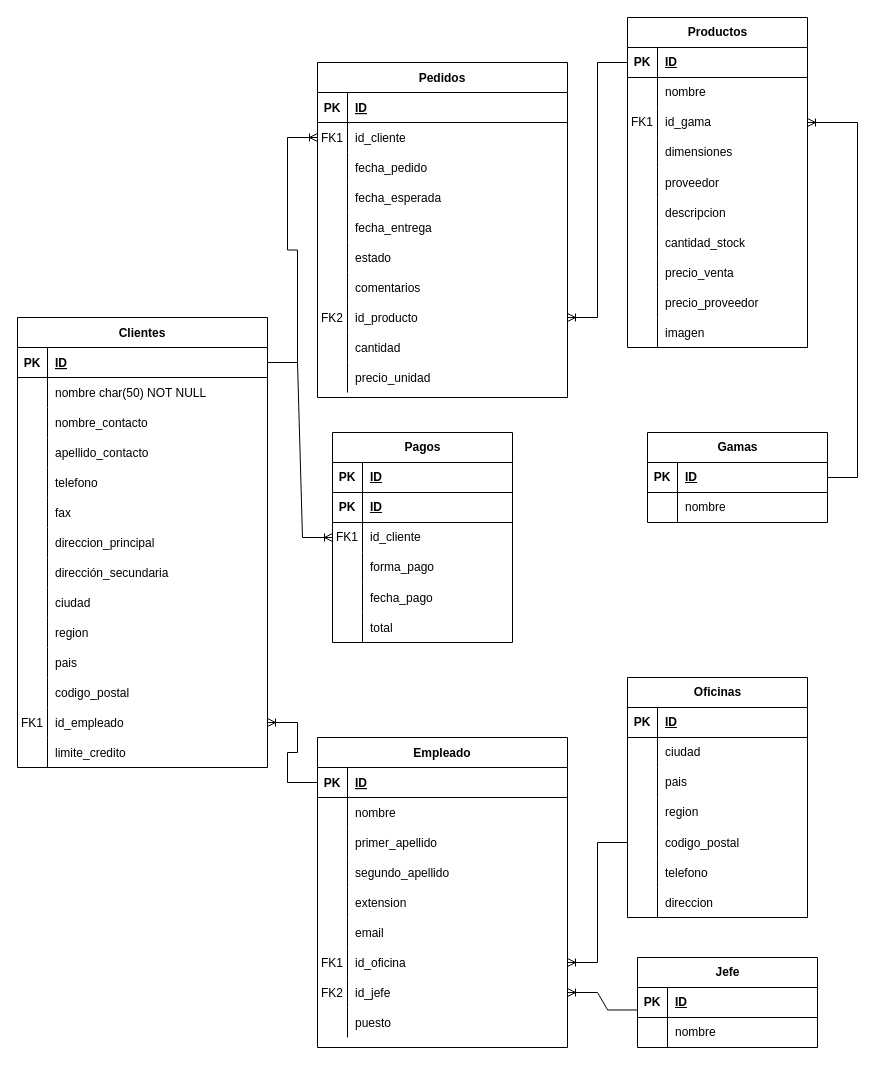
Before: workshop-base-datos.drawio in WhitneySt/workshop-jardineria-makaia, a draw.io diagram. Source tidied: cells renumbered, new cells numbered last; positions are measured from the earlier drawing's top-left corner, leaving out a move shared by most shapes. Both pictures are drawn from the tidied source at 100%, with x=0, y=0 at pixel (17, 17).
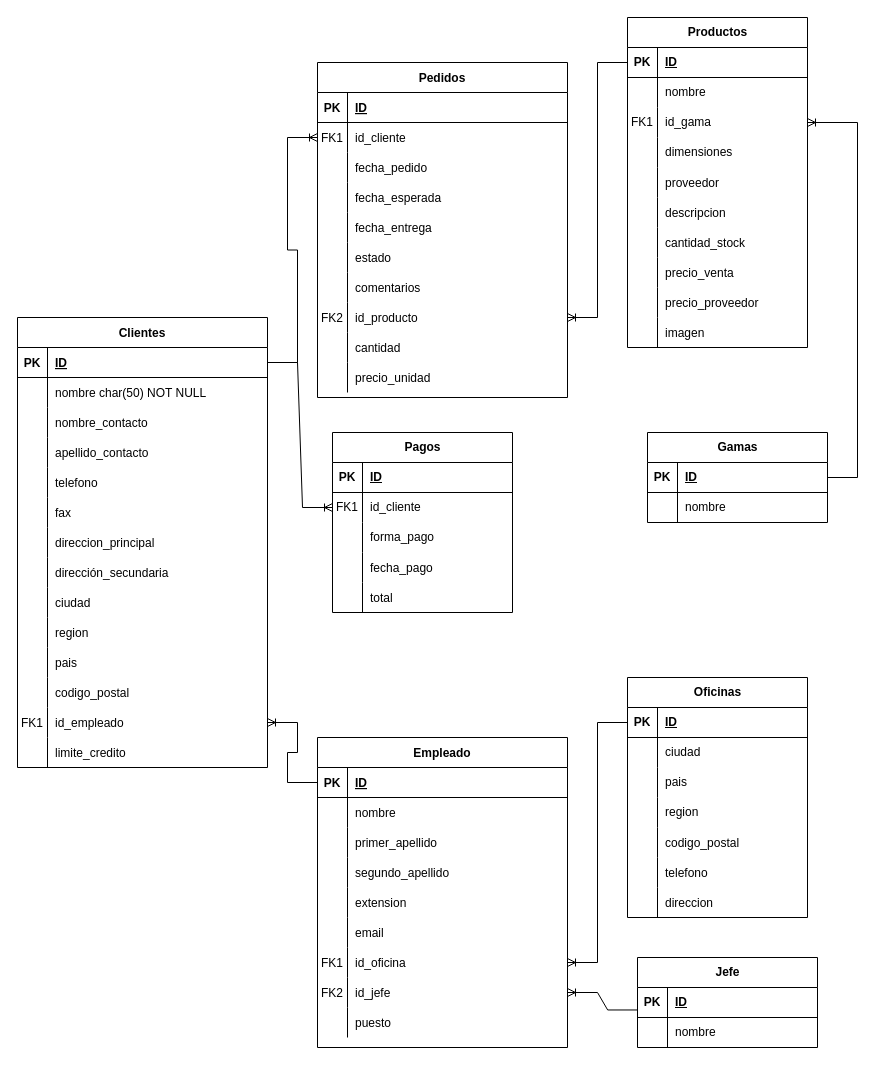
The same page after the edit.

Unchanged cells that the change refers to:
```xml
<mxCell id="52" style="shape=tableRow;horizontal=0;startSize=0;swimlaneHead=0;swimlaneBody=0;fillColor=none;points=[[0,0.5],[1,0.5]];portConstraint=eastwest;top=0;left=0;right=0;bottom=0;" parent="33" vertex="1">
  <mxGeometry y="210" width="250" height="30" as="geometry" />
</mxCell>
<mxCell id="105" style="shape=tableRow;horizontal=0;startSize=0;swimlaneHead=0;swimlaneBody=0;fillColor=none;points=[[0,0.5],[1,0.5]];portConstraint=eastwest;top=0;left=0;right=0;bottom=1;" parent="104" vertex="1">
  <mxGeometry y="30" width="180" height="30" as="geometry" />
</mxCell>
<mxCell id="117" style="shape=tableRow;horizontal=0;startSize=0;swimlaneHead=0;swimlaneBody=0;fillColor=none;points=[[0,0.5],[1,0.5]];portConstraint=eastwest;top=0;left=0;right=0;bottom=0;" parent="104" vertex="1">
  <mxGeometry y="150" width="180" height="30" as="geometry" />
</mxCell>
```

What changed in the source:
```diff
@@
     <mxCell id="171" value="Pagos" style="shape=table;startSize=30;childLayout=tableLayout;rowLines=0;fontStyle=1;align=center;html=1;" parent="1" vertex="1">
-      <mxGeometry x="315" y="415" width="180" height="210" as="geometry" />
+      <mxGeometry x="315" y="415" width="180" height="180" as="geometry" />
     </mxCell>
@@
-    <mxCell id="175" style="shape=tableRow;horizontal=0;startSize=0;swimlaneHead=0;swimlaneBody=0;fillColor=none;top=0;left=0;right=0;bottom=1;" parent="171" vertex="1">
-      <mxGeometry y="60" width="180" height="30" as="geometry" />
-    </mxCell>
-    <mxCell id="176" value="PK" style="shape=partialRectangle;fillColor=none;top=0;left=0;bottom=0;right=0;fontStyle=1;overflow=hidden;whiteSpace=wrap;html=1;" parent="175" vertex="1">
-      <mxGeometry width="30" height="30" as="geometry" />
-    </mxCell>
-    <mxCell id="177" value="ID" style="shape=partialRectangle;fillColor=none;top=0;left=0;bottom=0;right=0;align=left;spacingLeft=6;fontStyle=5;overflow=hidden;whiteSpace=wrap;html=1;" parent="175" vertex="1">
-      <mxGeometry x="30" width="150" height="30" as="geometry" />
-    </mxCell>
     <mxCell id="178" style="shape=tableRow;horizontal=0;startSize=0;swimlaneHead=0;swimlaneBody=0;fillColor=none;points=[[0,0.5],[1,0.5]];portConstraint=eastwest;top=0;left=0;right=0;bottom=0;" parent="171" vertex="1">
-      <mxGeometry y="90" width="180" height="30" as="geometry" />
+      <mxGeometry y="60" width="180" height="30" as="geometry" />
     </mxCell>
@@
     <mxCell id="181" style="shape=tableRow;horizontal=0;startSize=0;swimlaneHead=0;swimlaneBody=0;fillColor=none;top=0;left=0;right=0;bottom=0;" parent="171" vertex="1">
-      <mxGeometry y="120" width="180" height="30" as="geometry" />
+      <mxGeometry y="90" width="180" height="30" as="geometry" />
     </mxCell>
@@
     <mxCell id="184" style="shape=tableRow;horizontal=0;startSize=0;swimlaneHead=0;swimlaneBody=0;fillColor=none;top=0;left=0;right=0;bottom=0;" parent="171" vertex="1">
-      <mxGeometry y="150" width="180" height="30" as="geometry" />
+      <mxGeometry y="120" width="180" height="30" as="geometry" />
     </mxCell>
@@
     <mxCell id="187" style="shape=tableRow;horizontal=0;startSize=0;swimlaneHead=0;swimlaneBody=0;fillColor=none;top=0;left=0;right=0;bottom=0;" parent="171" vertex="1">
-      <mxGeometry y="180" width="180" height="30" as="geometry" />
+      <mxGeometry y="150" width="180" height="30" as="geometry" />
     </mxCell>
@@
-    <mxCell id="192" style="edgeStyle=entityRelationEdgeStyle;fontSize=12;html=1;endArrow=ERoneToMany;rounded=0;exitX=0;exitY=0.5;exitDx=0;exitDy=0;entryX=1;entryY=0.5;entryDx=0;entryDy=0;" parent="1" edge="1" source="117" target="52">
+    <mxCell id="192" style="edgeStyle=entityRelationEdgeStyle;fontSize=12;html=1;endArrow=ERoneToMany;rounded=0;exitX=0;exitY=0.5;exitDx=0;exitDy=0;entryX=1;entryY=0.5;entryDx=0;entryDy=0;" parent="1" edge="1" source="105" target="52">
       <mxGeometry relative="1" as="geometry">
         <Array as="points">
           <mxPoint x="609" y="840" />
         </Array>
       </mxGeometry>
     </mxCell>
```
